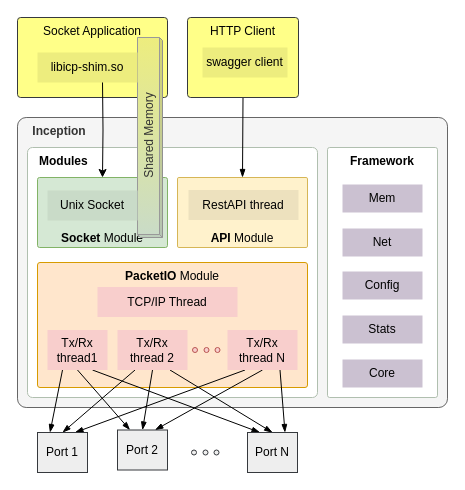
This is page "shim" (1 of 6) of doc/images/block_diagram.drawio from Spirent/openperf, a draw.io file, before an edit. Source tidied: cells renumbered, new cells numbered last; positions are measured from the earlier drawing's top-left corner, leaving out a move shared by most shapes. Both pictures are drawn from the tidied source at 100%, with x=0, y=0 at pixel (17, 17).
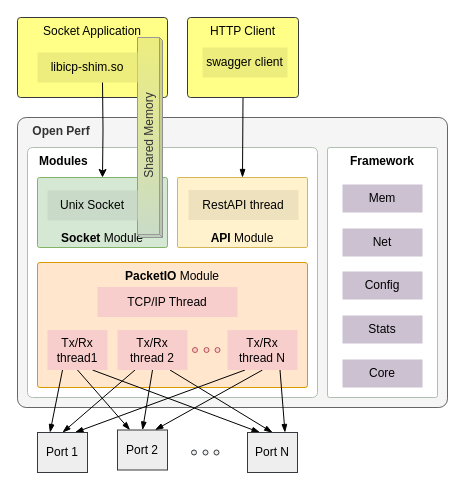
After the change.

The edit, as a diff of the source:
```diff
@@
-    <mxCell id="2" value="&lt;font&gt;&amp;nbsp; &amp;nbsp; Inception&lt;/font&gt;" style="rounded=1;whiteSpace=wrap;html=1;arcSize=3;verticalAlign=top;fontFamily=Avenir Next Condensed;fontStyle=1;fillColor=#f5f5f5;strokeColor=#666666;fontColor=#333333;align=left;" parent="1" vertex="1">
+    <mxCell id="2" value="&lt;font&gt;&amp;nbsp; &amp;nbsp; Open Perf&lt;/font&gt;" style="rounded=1;whiteSpace=wrap;html=1;arcSize=3;verticalAlign=top;fontFamily=Avenir Next Condensed;fontStyle=1;fillColor=#f5f5f5;strokeColor=#666666;fontColor=#333333;align=left;" parent="1" vertex="1">
       <mxGeometry y="100" width="430" height="290" as="geometry" />
     </mxCell>
```
